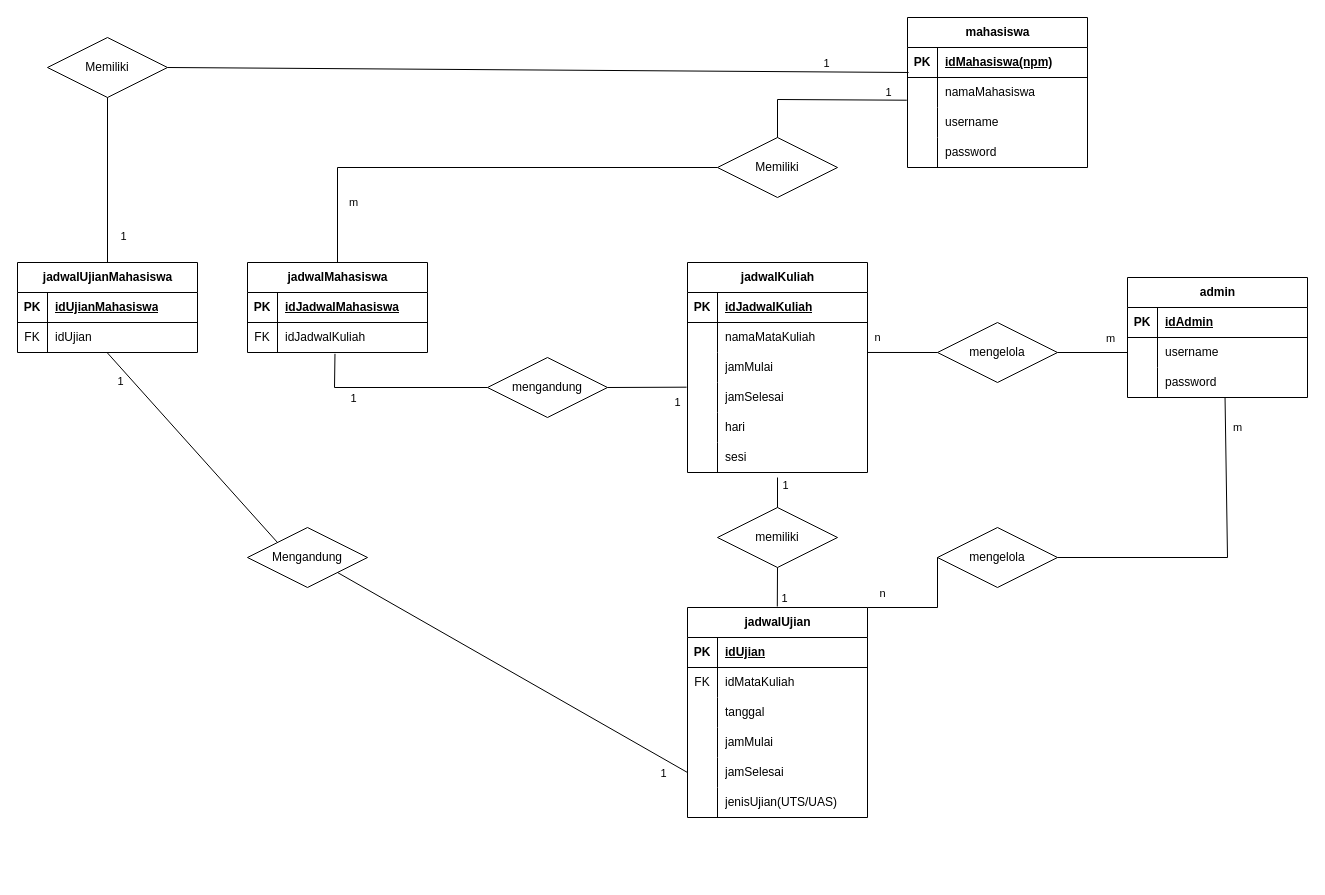
The draw.io diagram diagram/ERD simulasi FRS.drawio in putra443/perangkat-lunak-simulasi-frs, before the edit. Source tidied: cells renumbered, new cells numbered last; positions are measured from the earlier drawing's top-left corner, leaving out a move shared by most shapes. Both pictures are drawn from the tidied source at 100%, with x=0, y=0 at pixel (17, 17).
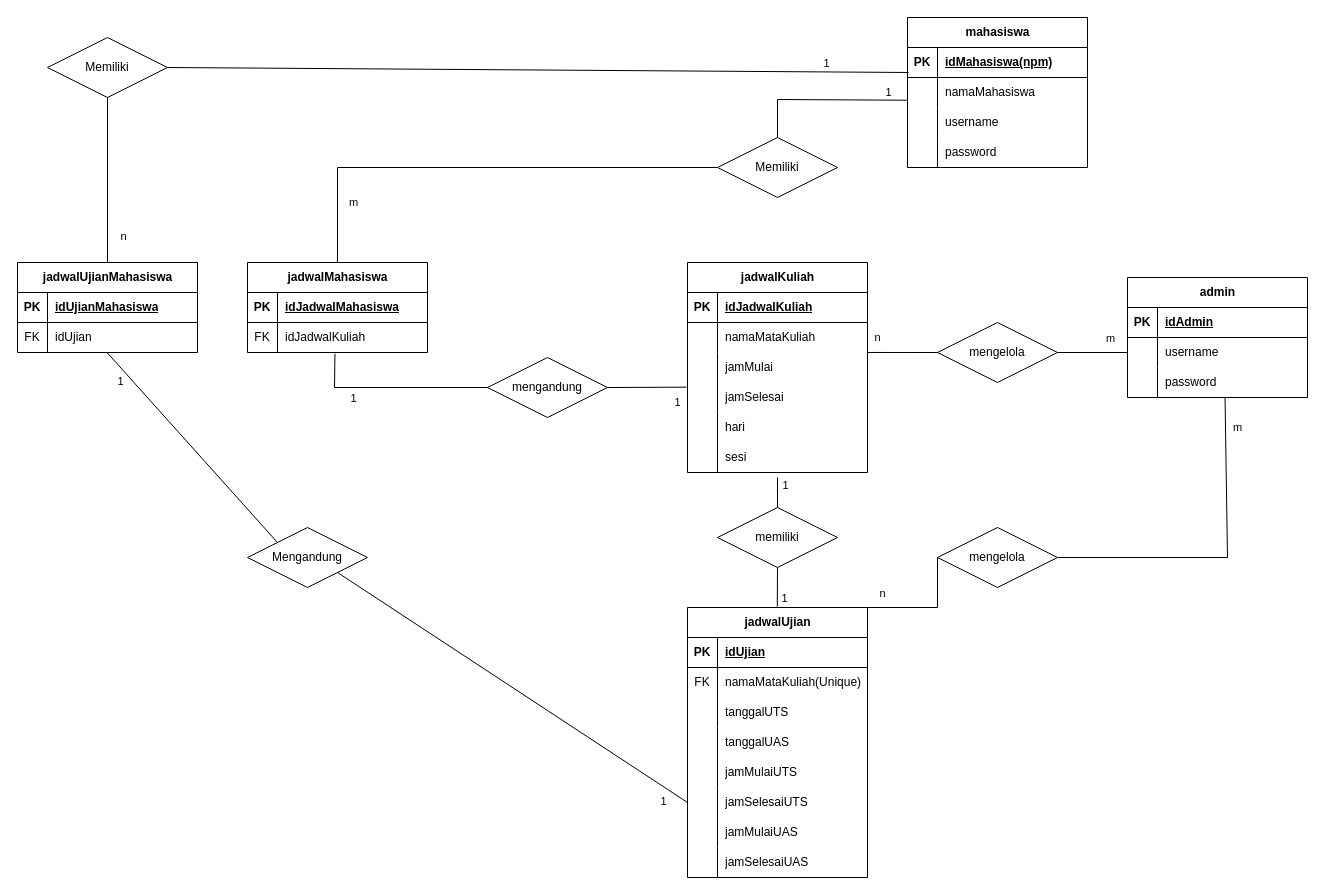
The same diagram, later.

Unchanged cells that the change refers to:
```xml
<mxCell id="25" style="shape=tableRow;horizontal=0;startSize=0;swimlaneHead=0;swimlaneBody=0;fillColor=none;top=0;left=0;right=0;bottom=0;" parent="21" vertex="1">
  <mxGeometry y="60" width="180" height="30" as="geometry" />
</mxCell>
<mxCell id="28" style="shape=tableRow;horizontal=0;startSize=0;swimlaneHead=0;swimlaneBody=0;fillColor=none;top=0;left=0;right=0;bottom=0;" parent="21" vertex="1">
  <mxGeometry y="90" width="180" height="30" as="geometry" />
</mxCell>
<mxCell id="103" style="endArrow=none;html=1;rounded=0;exitX=0.5;exitY=1;exitDx=0;exitDy=0;entryX=0.5;entryY=0;entryDx=0;entryDy=0;" parent="1" edge="1" source="100" target="93">
  <mxGeometry relative="1" as="geometry" />
</mxCell>
```

What changed in the source:
```diff
@@
     <mxCell id="21" value="jadwalUjian" style="shape=table;startSize=30;childLayout=tableLayout;rowLines=0;fontStyle=1;align=center;html=1;" parent="1" vertex="1">
-      <mxGeometry x="670" y="590" width="180" height="210" as="geometry" />
+      <mxGeometry x="670" y="590" width="180" height="270" as="geometry" />
     </mxCell>
@@
-    <mxCell id="27" value="idMataKuliah" style="shape=partialRectangle;fillColor=none;top=0;left=0;bottom=0;right=0;align=left;spacingLeft=6;overflow=hidden;whiteSpace=wrap;html=1;" parent="25" vertex="1">
-      <mxGeometry x="30" width="150" height="30" as="geometry" />
-    </mxCell>
+    <mxCell id="112" value="namaMataKuliah(Unique)" style="shape=partialRectangle;fillColor=none;top=0;left=0;bottom=0;right=0;align=left;spacingLeft=6;overflow=hidden;whiteSpace=wrap;html=1;" parent="25" vertex="1">
+      <mxGeometry x="30" width="150" height="30" as="geometry" />
+    </mxCell>
@@
-    <mxCell id="30" value="tanggal" style="shape=partialRectangle;fillColor=none;top=0;left=0;bottom=0;right=0;align=left;spacingLeft=6;overflow=hidden;whiteSpace=wrap;html=1;" parent="28" vertex="1">
+    <mxCell id="30" value="tanggalUTS" style="shape=partialRectangle;fillColor=none;top=0;left=0;bottom=0;right=0;align=left;spacingLeft=6;overflow=hidden;whiteSpace=wrap;html=1;" parent="28" vertex="1">
       <mxGeometry x="30" width="150" height="30" as="geometry" />
     </mxCell>
+    <mxCell id="113" style="shape=tableRow;horizontal=0;startSize=0;swimlaneHead=0;swimlaneBody=0;fillColor=none;top=0;left=0;right=0;bottom=0;" parent="21" vertex="1">
+      <mxGeometry y="120" width="180" height="30" as="geometry" />
+    </mxCell>
+    <mxCell id="114" style="shape=partialRectangle;fillColor=none;top=0;left=0;bottom=0;right=0;overflow=hidden;whiteSpace=wrap;html=1;" parent="113" vertex="1">
+      <mxGeometry width="30" height="30" as="geometry" />
+    </mxCell>
+    <mxCell id="115" value="tanggalUAS" style="shape=partialRectangle;fillColor=none;top=0;left=0;bottom=0;right=0;align=left;spacingLeft=6;overflow=hidden;whiteSpace=wrap;html=1;" parent="113" vertex="1">
+      <mxGeometry x="30" width="150" height="30" as="geometry" />
+    </mxCell>
     <mxCell id="31" style="shape=tableRow;horizontal=0;startSize=0;swimlaneHead=0;swimlaneBody=0;fillColor=none;top=0;left=0;right=0;bottom=0;" parent="21" vertex="1">
-      <mxGeometry y="120" width="180" height="30" as="geometry" />
+      <mxGeometry y="150" width="180" height="30" as="geometry" />
     </mxCell>
@@
-    <mxCell id="33" value="jamMulai" style="shape=partialRectangle;fillColor=none;top=0;left=0;bottom=0;right=0;align=left;spacingLeft=6;overflow=hidden;whiteSpace=wrap;html=1;" parent="31" vertex="1">
+    <mxCell id="33" value="jamMulaiUTS" style="shape=partialRectangle;fillColor=none;top=0;left=0;bottom=0;right=0;align=left;spacingLeft=6;overflow=hidden;whiteSpace=wrap;html=1;" parent="31" vertex="1">
       <mxGeometry x="30" width="150" height="30" as="geometry" />
     </mxCell>
     <mxCell id="34" style="shape=tableRow;horizontal=0;startSize=0;swimlaneHead=0;swimlaneBody=0;fillColor=none;points=[[0,0.5],[1,0.5]];portConstraint=eastwest;top=0;left=0;right=0;bottom=0;" parent="21" vertex="1">
-      <mxGeometry y="150" width="180" height="30" as="geometry" />
+      <mxGeometry y="180" width="180" height="30" as="geometry" />
     </mxCell>
@@
-    <mxCell id="36" value="jamSelesai" style="shape=partialRectangle;fillColor=none;top=0;left=0;bottom=0;right=0;align=left;spacingLeft=6;overflow=hidden;whiteSpace=wrap;html=1;" parent="34" vertex="1">
+    <mxCell id="36" value="jamSelesaiUTS" style="shape=partialRectangle;fillColor=none;top=0;left=0;bottom=0;right=0;align=left;spacingLeft=6;overflow=hidden;whiteSpace=wrap;html=1;" parent="34" vertex="1">
       <mxGeometry x="30" width="150" height="30" as="geometry" />
     </mxCell>
-    <mxCell id="37" style="shape=tableRow;horizontal=0;startSize=0;swimlaneHead=0;swimlaneBody=0;fillColor=none;top=0;left=0;right=0;bottom=0;" parent="21" vertex="1">
-      <mxGeometry y="180" width="180" height="30" as="geometry" />
-    </mxCell>
-    <mxCell id="38" style="shape=partialRectangle;fillColor=none;top=0;left=0;bottom=0;right=0;overflow=hidden;whiteSpace=wrap;html=1;" parent="37" vertex="1">
-      <mxGeometry width="30" height="30" as="geometry" />
-    </mxCell>
-    <mxCell id="39" value="jenisUjian(UTS/UAS)" style="shape=partialRectangle;fillColor=none;top=0;left=0;bottom=0;right=0;align=left;spacingLeft=6;overflow=hidden;whiteSpace=wrap;html=1;" parent="37" vertex="1">
-      <mxGeometry x="30" width="150" height="30" as="geometry" />
-    </mxCell>
+    <mxCell id="116" style="shape=tableRow;horizontal=0;startSize=0;swimlaneHead=0;swimlaneBody=0;fillColor=none;top=0;left=0;right=0;bottom=0;" parent="21" vertex="1">
+      <mxGeometry y="210" width="180" height="30" as="geometry" />
+    </mxCell>
+    <mxCell id="117" style="shape=partialRectangle;fillColor=none;top=0;left=0;bottom=0;right=0;overflow=hidden;whiteSpace=wrap;html=1;" parent="116" vertex="1">
+      <mxGeometry width="30" height="30" as="geometry" />
+    </mxCell>
+    <mxCell id="118" value="jamMulaiUAS" style="shape=partialRectangle;fillColor=none;top=0;left=0;bottom=0;right=0;align=left;spacingLeft=6;overflow=hidden;whiteSpace=wrap;html=1;" parent="116" vertex="1">
+      <mxGeometry x="30" width="150" height="30" as="geometry" />
+    </mxCell>
+    <mxCell id="119" style="shape=tableRow;horizontal=0;startSize=0;swimlaneHead=0;swimlaneBody=0;fillColor=none;top=0;left=0;right=0;bottom=0;" parent="21" vertex="1">
+      <mxGeometry y="240" width="180" height="30" as="geometry" />
+    </mxCell>
+    <mxCell id="120" style="shape=partialRectangle;fillColor=none;top=0;left=0;bottom=0;right=0;overflow=hidden;whiteSpace=wrap;html=1;" parent="119" vertex="1">
+      <mxGeometry width="30" height="30" as="geometry" />
+    </mxCell>
+    <mxCell id="121" value="jamSelesaiUAS" style="shape=partialRectangle;fillColor=none;top=0;left=0;bottom=0;right=0;align=left;spacingLeft=6;overflow=hidden;whiteSpace=wrap;html=1;" parent="119" vertex="1">
+      <mxGeometry x="30" width="150" height="30" as="geometry" />
+    </mxCell>
@@
-    <mxCell id="104" value="1" style="edgeLabel;html=1;align=center;verticalAlign=middle;" parent="103" vertex="1">
+    <mxCell id="104" value="n" style="edgeLabel;html=1;align=center;verticalAlign=middle;" parent="103" vertex="1">
       <mxGeometry x="0.78" relative="1" as="geometry">
         <mxPoint x="15" y="-9" as="offset" />
       </mxGeometry>
     </mxCell>
```
